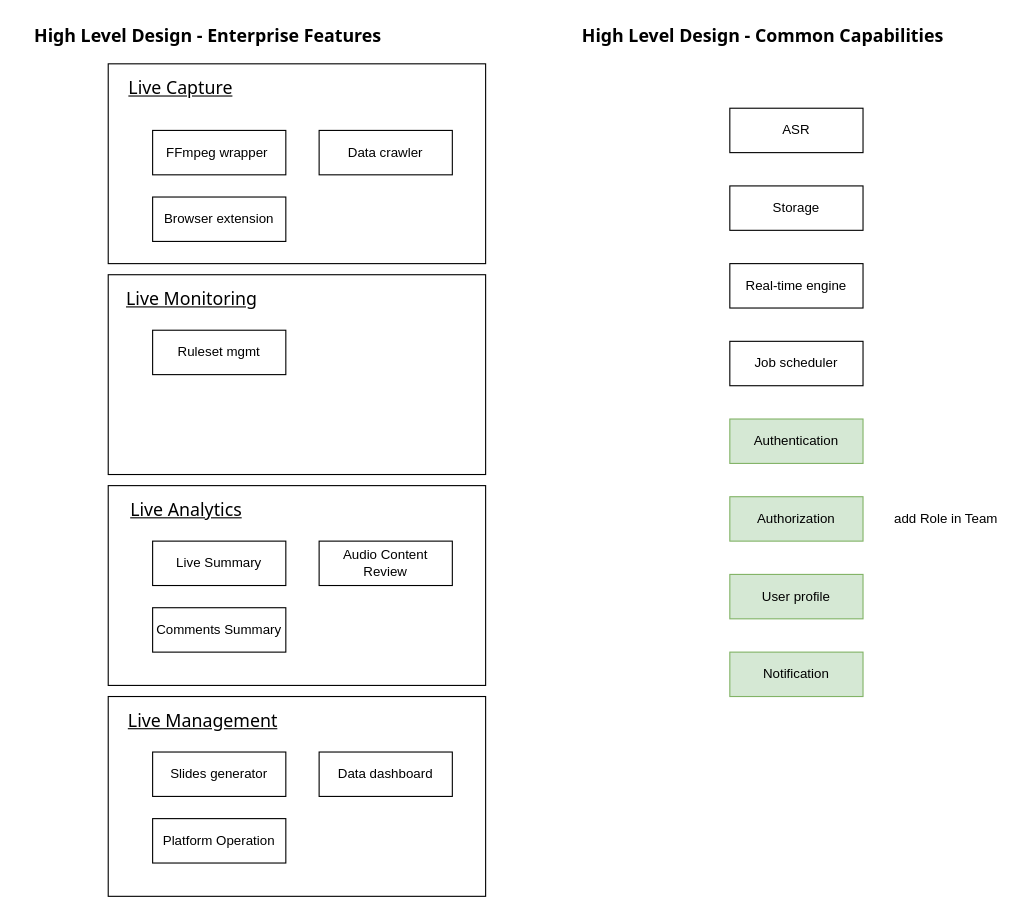
The draw.io diagram LiveChamp-Enterprise.drawio in sinbane/diagrams, before the edit. Source tidied: cells renumbered, new cells numbered last; positions are measured from the earlier drawing's top-left corner, leaving out a move shared by most shapes. Both pictures are drawn from the tidied source at 111%, with x=0, y=0 at pixel (19, 19).
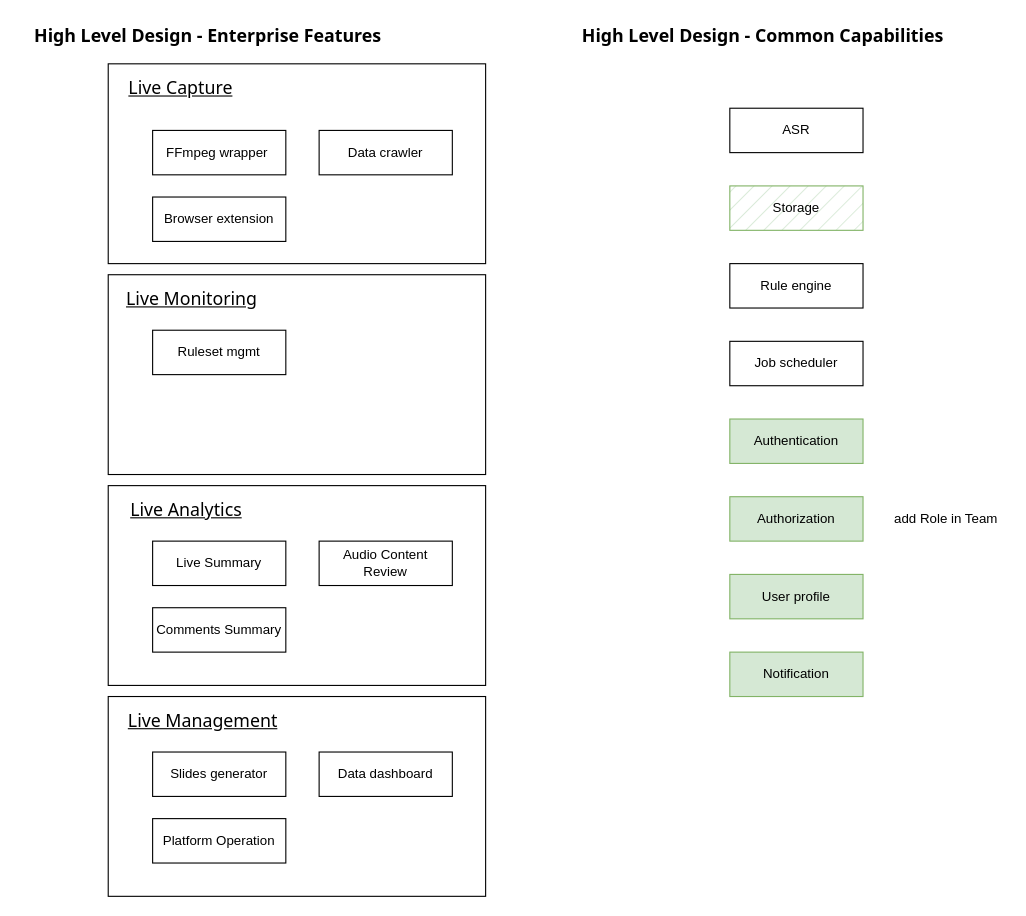
Above is the later version.

The edit, as a diff of the source:
```diff
@@
-    <mxCell id="26" value="Storage" style="rounded=0;whiteSpace=wrap;html=1;" parent="1" vertex="1">
+    <mxCell id="26" value="Storage" style="rounded=0;whiteSpace=wrap;html=1;fillColor=#d5e8d4;strokeColor=#82b366;fillStyle=hatch;" parent="1" vertex="1">
       <mxGeometry x="640" y="150" width="120" height="40" as="geometry" />
     </mxCell>
-    <mxCell id="27" value="Real-time engine" style="rounded=0;whiteSpace=wrap;html=1;" parent="1" vertex="1">
+    <mxCell id="27" value="Rule engine" style="rounded=0;whiteSpace=wrap;html=1;" parent="1" vertex="1">
       <mxGeometry x="640" y="220" width="120" height="40" as="geometry" />
     </mxCell>
```
